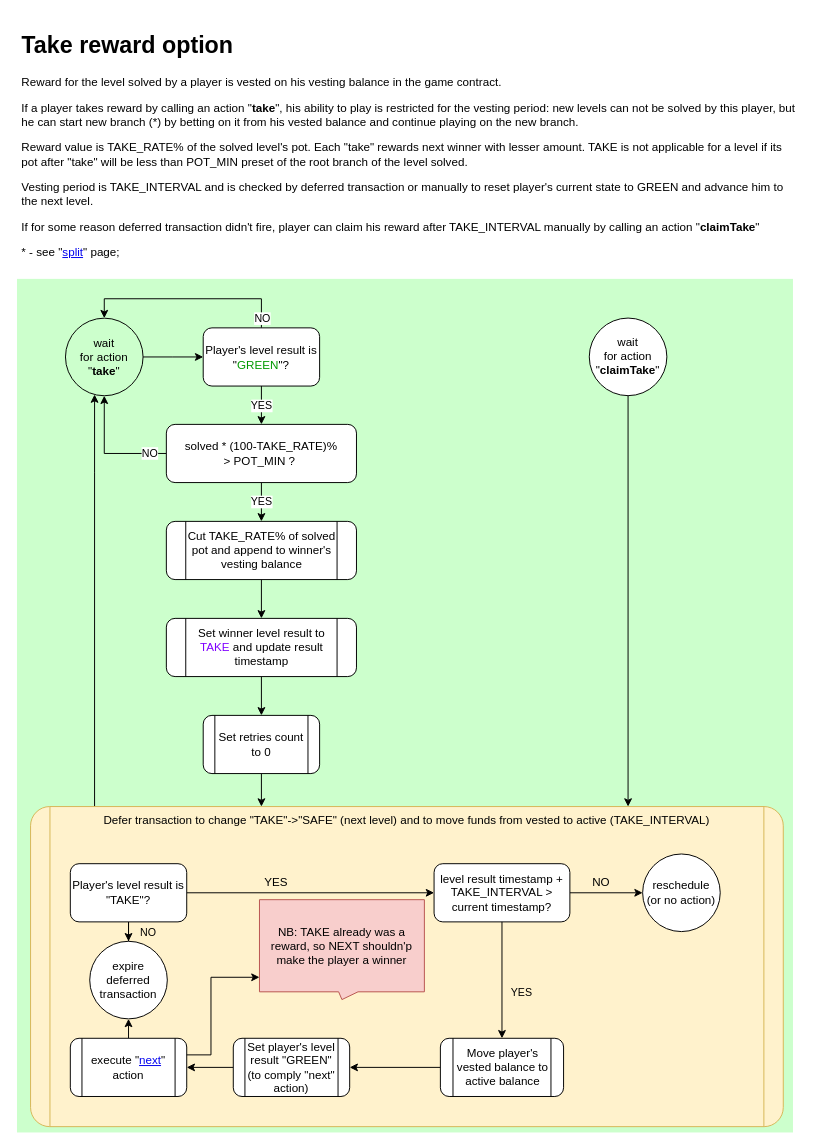
Before: page "take" (7 of 14) of ia/WOFFLER IA.drawio in cptn-solo/woffler_contract, a draw.io diagram. Source tidied: cells renumbered, new cells numbered last; positions are measured from the earlier drawing's top-left corner, leaving out a move shared by most shapes. Both pictures are drawn from the tidied source at 97%, with x=0, y=0 at pixel (16, 26).
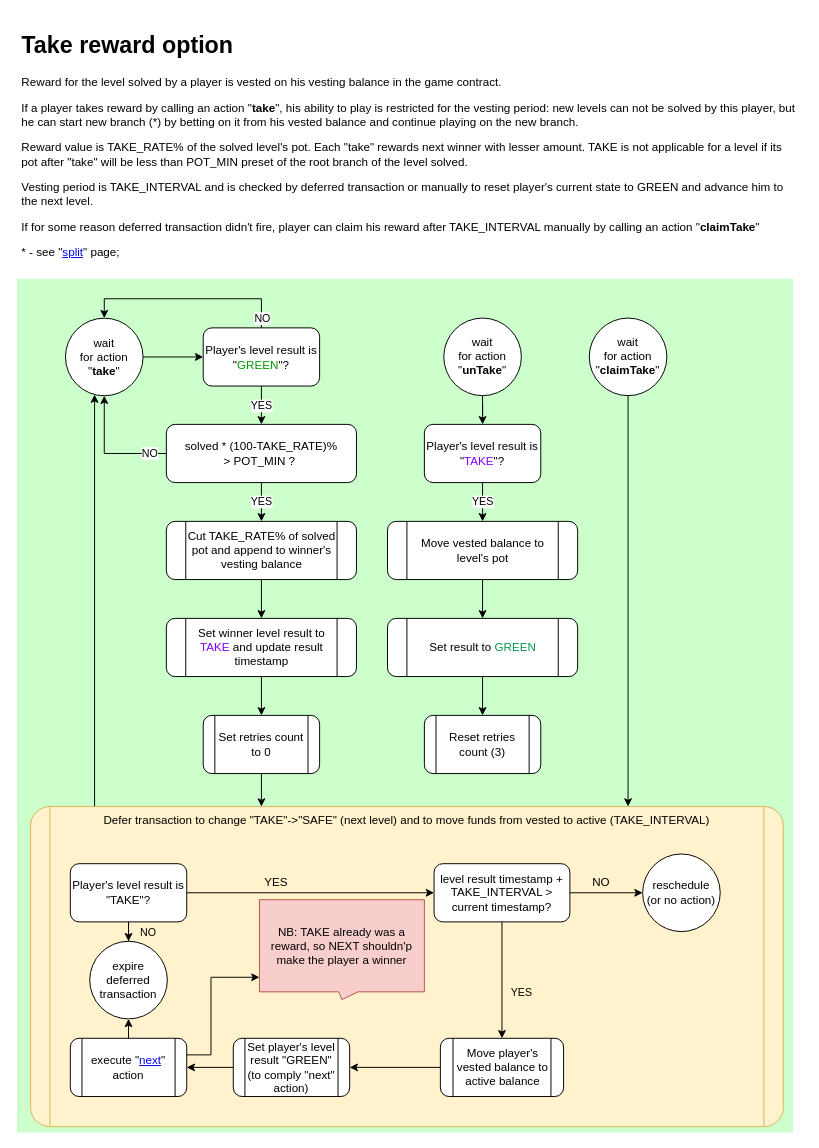
After the change.

Commit message (it also covers changes not shown here):
#36 `Claim take` action: added unTake action to IA to let the player return back to game if he deside not to wait, but want to split/extend the branch instead;

Change to the diagram source:
```diff
@@
-    <mxCell id="12" value="wait &lt;br&gt;for action &quot;&lt;b&gt;take&lt;/b&gt;&quot;" style="ellipse;whiteSpace=wrap;html=1;rounded=1;shadow=0;glass=0;strokeColor=#000000;fillColor=none;align=center;" parent="3" vertex="1">
+    <mxCell id="12" value="wait &lt;br&gt;for action &quot;&lt;b&gt;take&lt;/b&gt;&quot;" style="ellipse;whiteSpace=wrap;html=1;rounded=1;shadow=0;glass=0;align=center;" parent="3" vertex="1">
       <mxGeometry x="50" y="300.5" width="80" height="80" as="geometry" />
     </mxCell>
@@
+    <mxCell id="42" style="edgeStyle=orthogonalEdgeStyle;rounded=0;jettySize=auto;html=1;" parent="3" edge="1" source="43" target="45">
+      <mxGeometry relative="1" as="geometry" />
+    </mxCell>
+    <mxCell id="43" value="wait &lt;br&gt;for action&lt;br&gt;&quot;&lt;b&gt;unTake&lt;/b&gt;&quot;&lt;br&gt;" style="ellipse;whiteSpace=wrap;html=1;rounded=1;shadow=0;glass=0;align=center;labelBackgroundColor=none;" parent="3" vertex="1">
+      <mxGeometry x="440" y="300.4" width="80" height="80" as="geometry" />
+    </mxCell>
+    <mxCell id="44" value="YES" style="edgeStyle=orthogonalEdgeStyle;rounded=0;jettySize=auto;html=1;" parent="3" edge="1" source="45" target="47">
+      <mxGeometry relative="1" as="geometry" />
+    </mxCell>
+    <mxCell id="45" value="Player's level result is &quot;&lt;font color=&quot;#7f00ff&quot;&gt;TAKE&lt;/font&gt;&quot;?&lt;br&gt;" style="rounded=1;whiteSpace=wrap;html=1;shadow=0;glass=0;strokeColor=#000000;align=center;" parent="3" vertex="1">
+      <mxGeometry x="420" y="410" width="120" height="60" as="geometry" />
+    </mxCell>
+    <mxCell id="46" style="edgeStyle=orthogonalEdgeStyle;rounded=0;jettySize=auto;html=1;" parent="3" edge="1" source="47" target="49">
+      <mxGeometry relative="1" as="geometry" />
+    </mxCell>
+    <mxCell id="47" value="Move vested balance to level's pot" style="shape=process;rounded=1;whiteSpace=wrap;html=1;shadow=0;glass=0;strokeColor=#000000;align=center;" parent="3" vertex="1">
+      <mxGeometry x="382" y="510" width="196" height="60" as="geometry" />
+    </mxCell>
+    <mxCell id="48" style="edgeStyle=orthogonalEdgeStyle;rounded=0;jettySize=auto;html=1;" parent="3" edge="1" source="49" target="50">
+      <mxGeometry relative="1" as="geometry" />
+    </mxCell>
+    <mxCell id="49" value="Set result to &lt;font color=&quot;#00994d&quot;&gt;GREEN&lt;/font&gt;" style="shape=process;rounded=1;whiteSpace=wrap;html=1;shadow=0;glass=0;strokeColor=#000000;align=center;" parent="3" vertex="1">
+      <mxGeometry x="382" y="610" width="196" height="60" as="geometry" />
+    </mxCell>
+    <mxCell id="50" value="Reset retries count (3)" style="shape=process;rounded=1;whiteSpace=wrap;html=1;shadow=0;glass=0;strokeColor=#000000;align=center;" parent="3" vertex="1">
+      <mxGeometry x="420" y="710" width="120" height="60" as="geometry" />
+    </mxCell>
```
